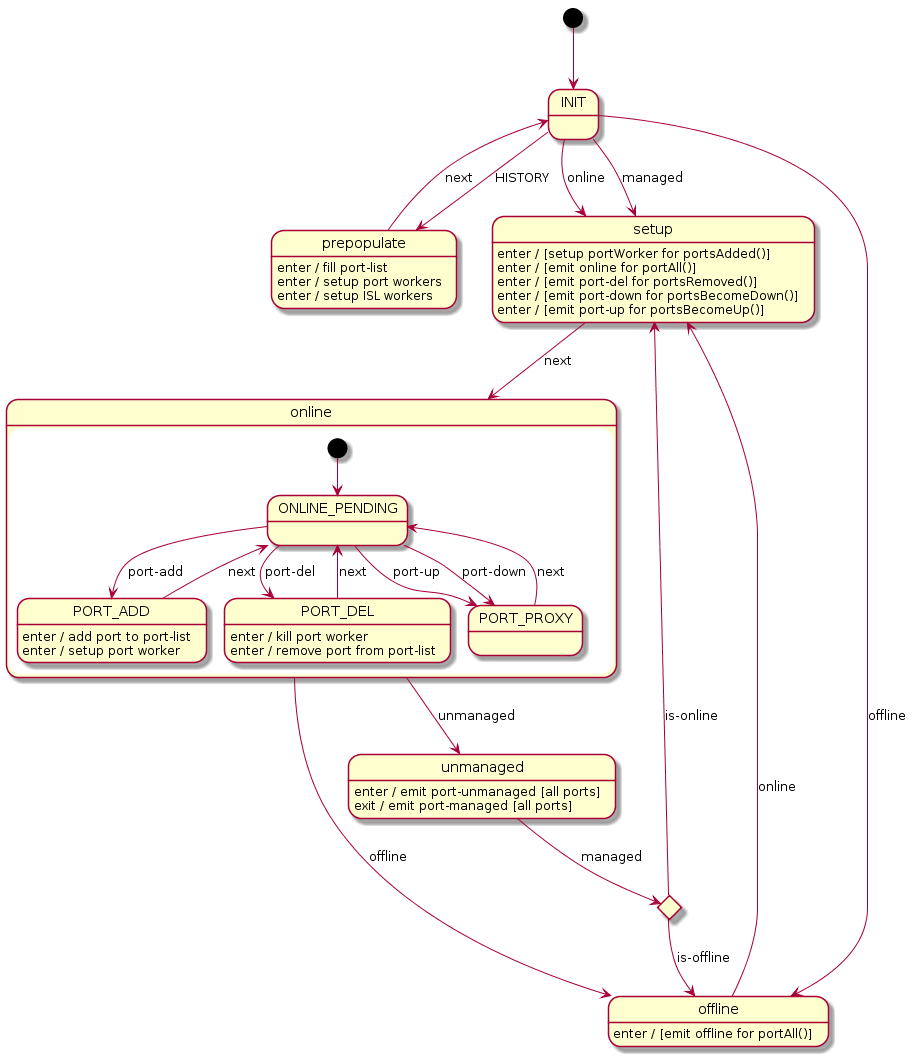
Above: docs/design/network-discovery/switch-FSM.png in jangwonpark74/open-kilda (PlantUML), before the change.
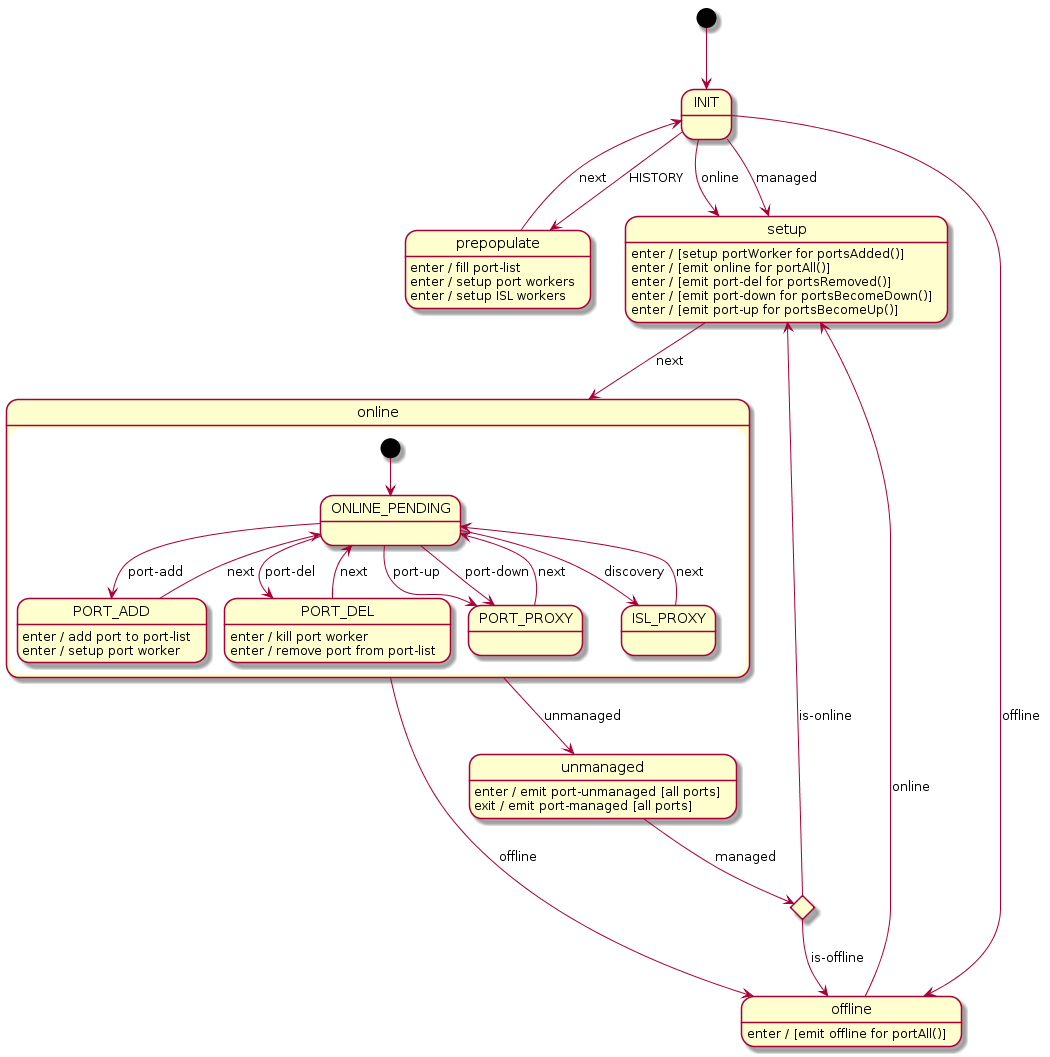
Above is the later version.

What changed in the source:
```diff
@@ -30,6 +30,7 @@
     ONLINE_PENDING --> PORT_DEL : port-del
     ONLINE_PENDING --> PORT_PROXY : port-up
     ONLINE_PENDING --> PORT_PROXY : port-down
+    ONLINE_PENDING --> ISL_PROXY : discovery
 
     PORT_ADD : enter / add port to port-list
     PORT_ADD : enter / setup port worker
@@ -40,6 +41,7 @@
     PORT_DEL --> ONLINE_PENDING : next
 
     PORT_PROXY --> ONLINE_PENDING : next
+    ISL_PROXY --> ONLINE_PENDING : next
 }
 online --> offline : offline
 online --> unmanaged : unmanaged
```
